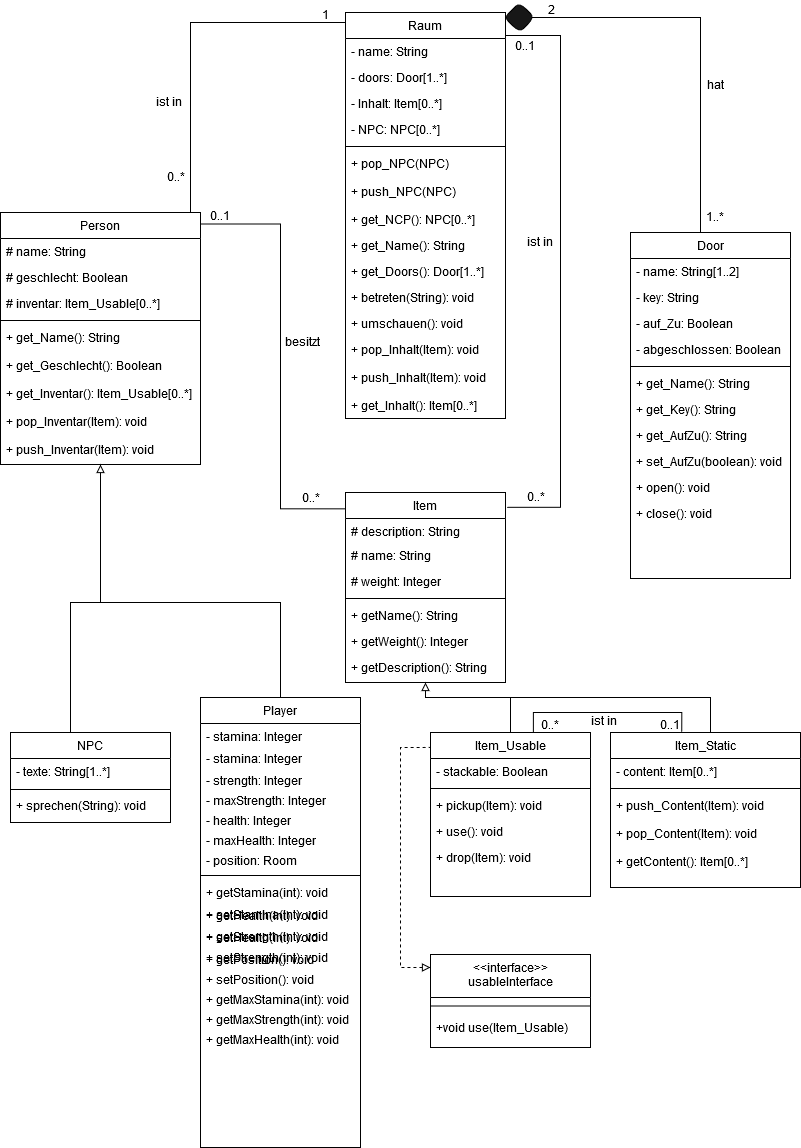
Above: Klassendiagram.png in Elegond/AE-Text-Adventure (draw.io), before the change. Source tidied: cells renumbered, new cells last; positions are measured from the earlier drawing's top-left corner, leaving out a move shared by most shapes.
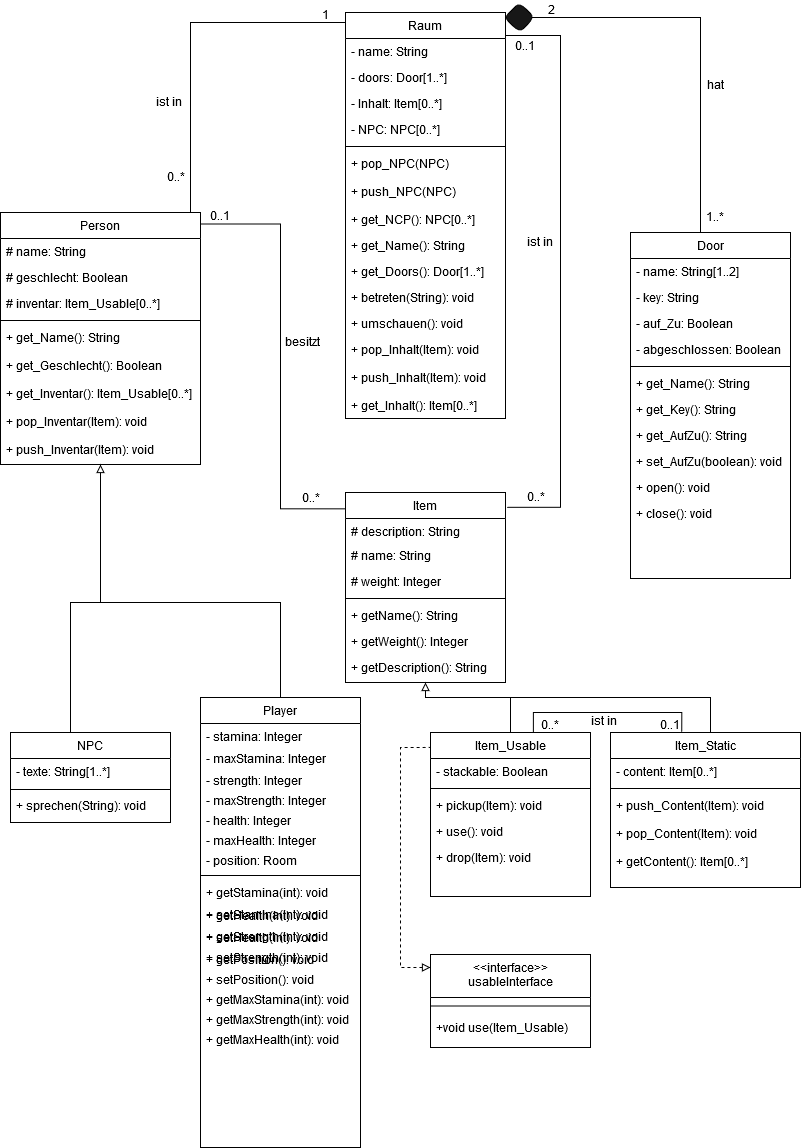
After the change.

Diff of the diagram source:
```diff
@@ -335,7 +335,7 @@
     <mxCell id="94" value="- stamina: Integer" style="text;align=left;verticalAlign=top;spacingLeft=4;spacingRight=4;overflow=hidden;rounded=0;shadow=0;html=0;" parent="93" vertex="1">
       <mxGeometry y="26" width="160" height="22" as="geometry" />
     </mxCell>
-    <mxCell id="95" value="- stamina: Integer" style="text;align=left;verticalAlign=top;spacingLeft=4;spacingRight=4;overflow=hidden;rounded=0;shadow=0;html=0;" parent="93" vertex="1">
+    <mxCell id="95" value="- maxStamina: Integer" style="text;align=left;verticalAlign=top;spacingLeft=4;spacingRight=4;overflow=hidden;rounded=0;shadow=0;html=0;" parent="93" vertex="1">
       <mxGeometry y="48" width="160" height="22" as="geometry" />
     </mxCell>
     <mxCell id="96" value="- strength: Integer" style="text;align=left;verticalAlign=top;spacingLeft=4;spacingRight=4;overflow=hidden;rounded=0;shadow=0;html=0;" parent="93" vertex="1">
```
